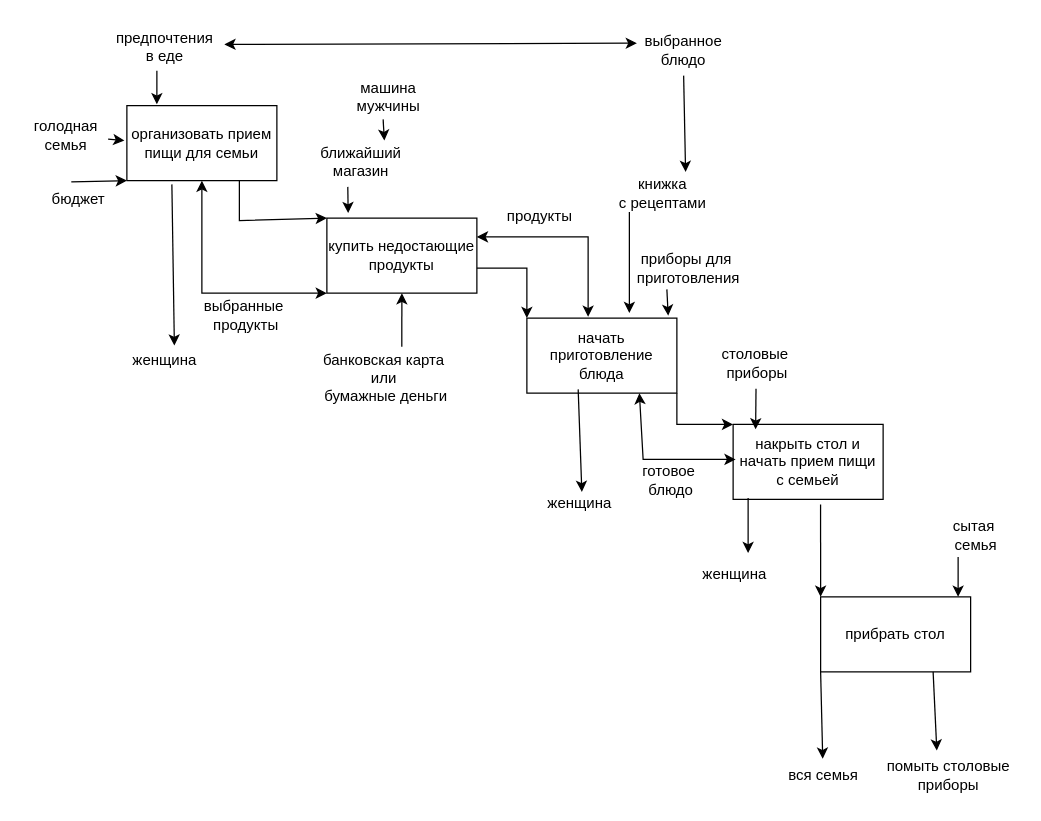
This is Диаграмма без названия.drawio from AndreyTam1337/-, a draw.io file, before an edit. Source tidied: cells renumbered, new cells numbered last; positions are measured from the earlier drawing's top-left corner, leaving out a move shared by most shapes. Both pictures are drawn from the tidied source at 125%, with x=0, y=0 at pixel (21, 21).
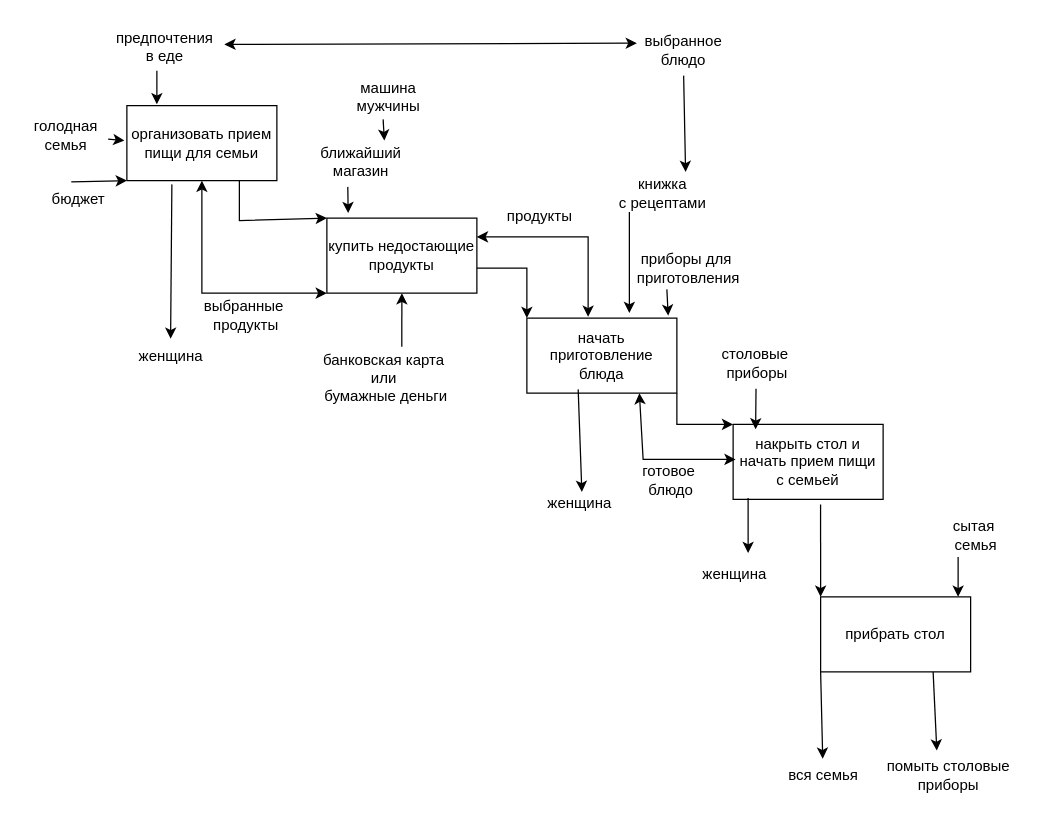
Above is the later version.

What changed in the source:
```diff
@@
     <mxCell id="34" value="женщина" style="text;html=1;align=center;verticalAlign=middle;points=[];strokeColor=none;fillColor=none;" parent="1" vertex="1">
-      <mxGeometry x="79.5" y="258" width="69" height="26" as="geometry" />
+      <mxGeometry x="84" y="255" width="69" height="26" as="geometry" />
     </mxCell>
-    <mxCell id="35" style="endArrow=classic;html=1;rounded=0;" parent="1" edge="1">
+    <mxCell id="35" style="endArrow=classic;html=1;rounded=0;entryX=0.507;entryY=-0.058;entryDx=0;entryDy=0;entryPerimeter=0;" parent="1" edge="1" target="34">
       <mxGeometry relative="1" as="geometry">
         <mxPoint x="120" y="130" as="sourcePoint" />
-        <mxPoint x="122" y="259" as="targetPoint" />
       </mxGeometry>
     </mxCell>
```
